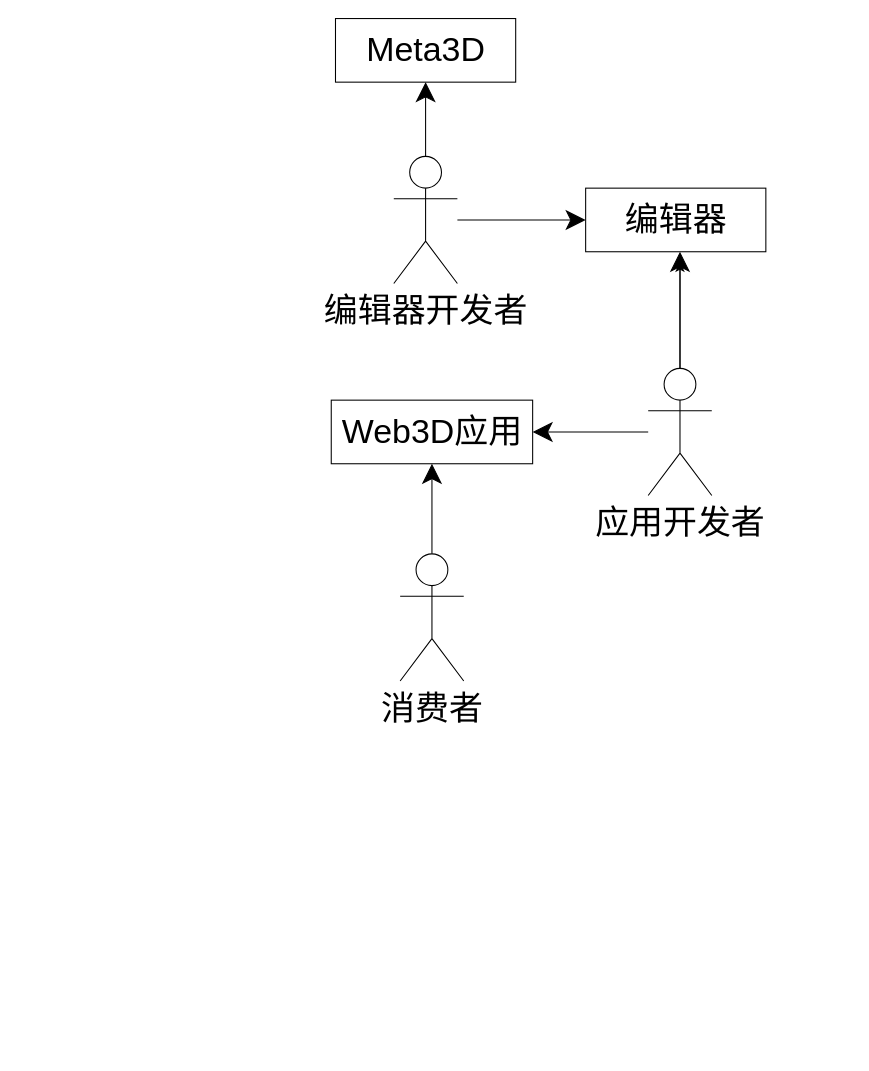
Above: doc/用户上下文关系.drawio in Meta3D-Technology/Meta3D (draw.io), before the change. Source tidied: cells renumbered, new cells numbered last; positions are measured from the earlier drawing's top-left corner, leaving out a move shared by most shapes. Both pictures are drawn from the tidied source at 106%, with x=0, y=0 at pixel (331, 18).
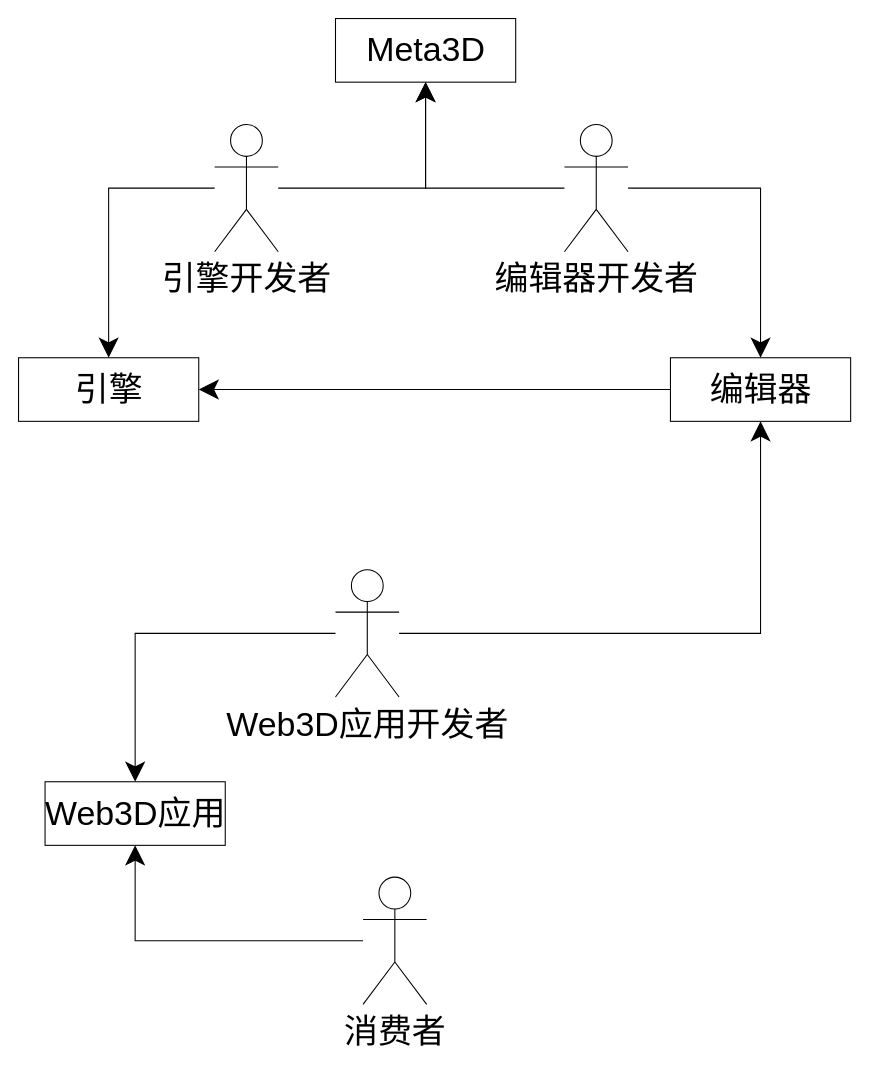
After the change.

The edit, as a diff of the source:
```diff
@@
 <mxGraphModel>
   <root>
     <mxCell id="0" />
     <mxCell id="1" parent="0" />
+    <mxCell id="14" style="edgeStyle=orthogonalEdgeStyle;rounded=0;jettySize=auto;html=1;entryX=0.5;entryY=1;entryDx=0;entryDy=0;endSize=16;startSize=16;" parent="1" edge="1" source="16" target="2">
+      <mxGeometry relative="1" as="geometry" />
+    </mxCell>
+    <mxCell id="15" style="edgeStyle=orthogonalEdgeStyle;rounded=0;jettySize=auto;html=1;entryX=0.5;entryY=0;entryDx=0;entryDy=0;endSize=16;startSize=16;" parent="1" edge="1" source="16" target="17">
+      <mxGeometry relative="1" as="geometry" />
+    </mxCell>
+    <mxCell id="16" value="引擎开发者" style="shape=umlActor;verticalLabelPosition=bottom;verticalAlign=top;html=1;outlineConnect=0;fontSize=32;" parent="1" vertex="1">
+      <mxGeometry x="-110" y="100" width="60" height="120" as="geometry" />
+    </mxCell>
     <mxCell id="2" value="Meta3D" style="html=1;fontSize=32;" parent="1" vertex="1">
       <mxGeometry x="4" width="170" height="60" as="geometry" />
     </mxCell>
-    <mxCell id="3" style="edgeStyle=orthogonalEdgeStyle;rounded=0;jettySize=auto;html=1;entryX=0.5;entryY=1;entryDx=0;entryDy=0;" parent="1" edge="1" source="6">
-      <mxGeometry relative="1" as="geometry">
-        <mxPoint x="329" y="230" as="targetPoint" />
-      </mxGeometry>
+    <mxCell id="3" style="edgeStyle=orthogonalEdgeStyle;rounded=0;jettySize=auto;html=1;entryX=0.5;entryY=1;entryDx=0;entryDy=0;endSize=16;startSize=16;" parent="1" edge="1" source="6" target="12">
+      <mxGeometry relative="1" as="geometry" />
     </mxCell>
     <mxCell id="4" style="edgeStyle=orthogonalEdgeStyle;rounded=0;jettySize=auto;html=1;endSize=16;startSize=16;" parent="1" edge="1" source="6" target="13">
       <mxGeometry relative="1" as="geometry" />
     </mxCell>
-    <mxCell id="5" style="edgeStyle=orthogonalEdgeStyle;rounded=0;jettySize=auto;html=1;endSize=16;startSize=16;" parent="1" edge="1" source="6">
-      <mxGeometry relative="1" as="geometry">
-        <mxPoint x="329" y="220" as="targetPoint" />
-      </mxGeometry>
-    </mxCell>
-    <mxCell id="6" value="应用开发者" style="shape=umlActor;verticalLabelPosition=bottom;verticalAlign=top;html=1;outlineConnect=0;fontSize=32;" parent="1" vertex="1">
-      <mxGeometry x="299" y="330" width="60" height="120" as="geometry" />
+    <mxCell id="6" value="Web3D应用开发者" style="shape=umlActor;verticalLabelPosition=bottom;verticalAlign=top;html=1;outlineConnect=0;fontSize=32;" parent="1" vertex="1">
+      <mxGeometry x="4" y="520" width="60" height="120" as="geometry" />
     </mxCell>
     <mxCell id="7" style="edgeStyle=orthogonalEdgeStyle;rounded=0;jettySize=auto;html=1;entryX=0.5;entryY=1;entryDx=0;entryDy=0;endSize=16;startSize=16;" parent="1" edge="1" source="8" target="13">
       <mxGeometry relative="1" as="geometry" />
     </mxCell>
     <mxCell id="8" value="消费者" style="shape=umlActor;verticalLabelPosition=bottom;verticalAlign=top;html=1;outlineConnect=0;fontSize=32;" parent="1" vertex="1">
-      <mxGeometry x="65" y="505" width="60" height="120" as="geometry" />
+      <mxGeometry x="30" y="810" width="60" height="120" as="geometry" />
     </mxCell>
+    <mxCell id="17" value="引擎" style="html=1;fontSize=32;" parent="1" vertex="1">
+      <mxGeometry x="-295" y="320" width="170" height="60" as="geometry" />
+    </mxCell>
     <mxCell id="9" style="edgeStyle=orthogonalEdgeStyle;rounded=0;jettySize=auto;html=1;entryX=0.5;entryY=1;entryDx=0;entryDy=0;endSize=16;startSize=16;" parent="1" edge="1" source="11" target="2">
       <mxGeometry relative="1" as="geometry" />
     </mxCell>
     <mxCell id="10" style="edgeStyle=orthogonalEdgeStyle;rounded=0;jettySize=auto;html=1;endSize=16;startSize=16;" parent="1" edge="1" source="11" target="12">
       <mxGeometry relative="1" as="geometry" />
     </mxCell>
     <mxCell id="11" value="编辑器开发者" style="shape=umlActor;verticalLabelPosition=bottom;verticalAlign=top;html=1;outlineConnect=0;fontSize=32;" parent="1" vertex="1">
-      <mxGeometry x="59" y="130" width="60" height="120" as="geometry" />
+      <mxGeometry x="220" y="100" width="60" height="120" as="geometry" />
     </mxCell>
+    <mxCell id="18" style="edgeStyle=orthogonalEdgeStyle;rounded=0;jettySize=auto;html=1;endSize=16;startSize=16;" parent="1" edge="1" source="12" target="17">
+      <mxGeometry relative="1" as="geometry" />
+    </mxCell>
     <mxCell id="12" value="编辑器" style="html=1;fontSize=32;" parent="1" vertex="1">
-      <mxGeometry x="240" y="160" width="170" height="60" as="geometry" />
+      <mxGeometry x="320" y="320" width="170" height="60" as="geometry" />
     </mxCell>
     <mxCell id="13" value="Web3D应用" style="html=1;fontSize=32;" parent="1" vertex="1">
-      <mxGeometry y="360" width="190" height="60" as="geometry" />
+      <mxGeometry x="-270" y="720" width="170" height="60" as="geometry" />
     </mxCell>
   </root>
 </mxGraphModel>
```
